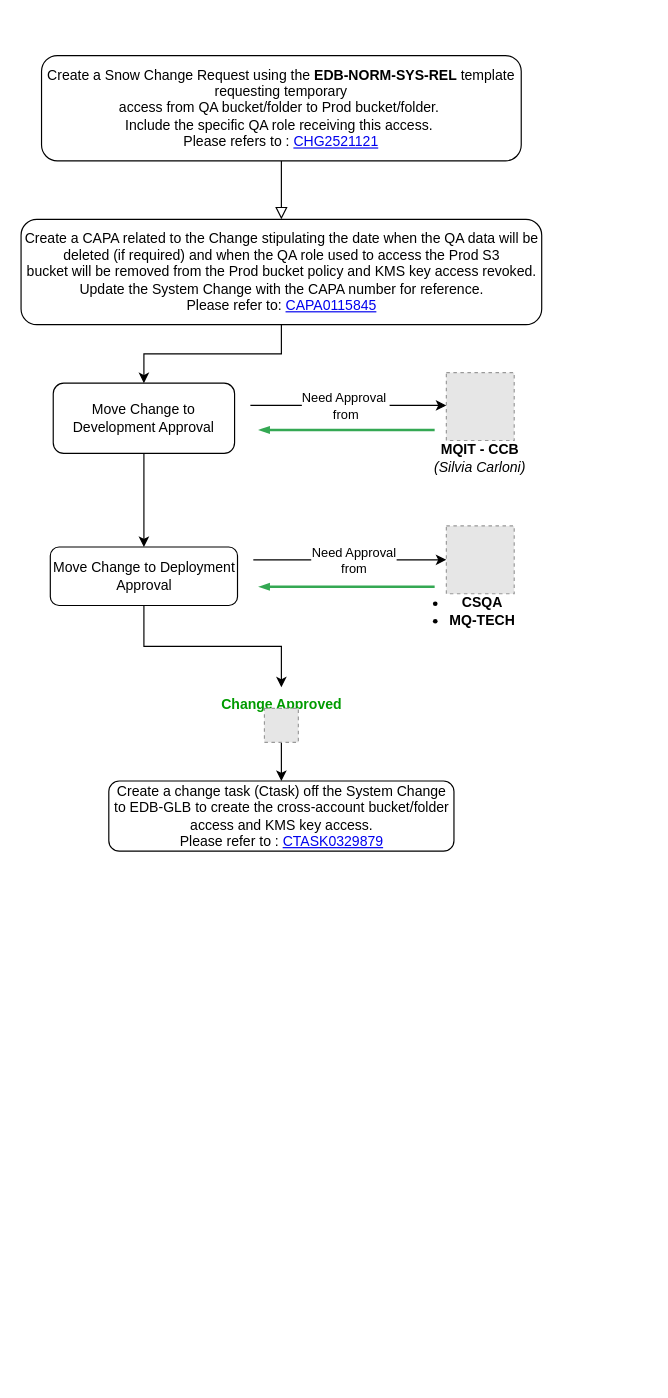
giovanniputrino-sdg/SDG keeps this draw.io diagram as Copy_data.drawio. Above is the earlier version. Source tidied: cells renumbered, new cells numbered last; positions are measured from the earlier drawing's top-left corner, leaving out a move shared by most shapes. Both pictures are drawn from the tidied source at 117%, with x=0, y=0 at pixel (20, 55). Pictures stored in the file or linked from it are replaced by grey dashed boxes.
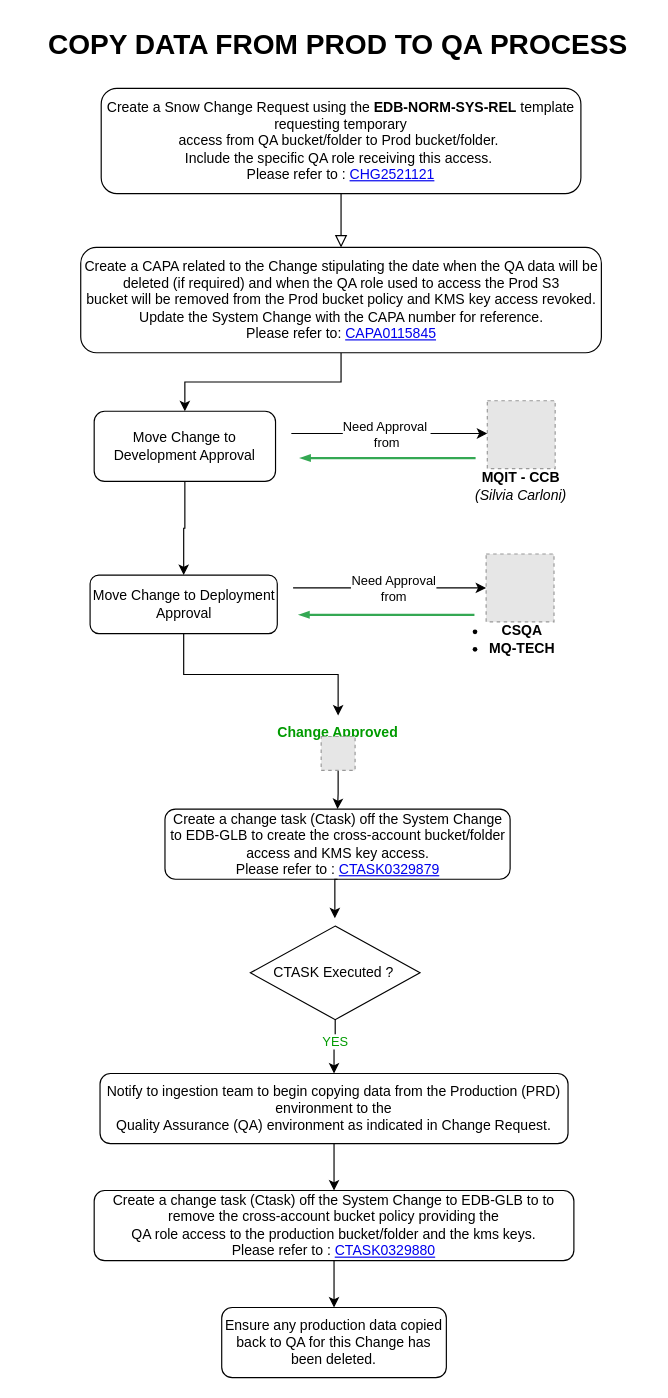
Above is the later version.

The edit, as a diff of the source:
```diff
@@
-    <mxCell id="3" value="&lt;div&gt;Create a Snow Change Request using the &lt;b&gt;EDB-NORM-SYS-REL&lt;/b&gt; template requesting temporary&lt;/div&gt;&lt;div&gt;access from QA bucket/folder to Prod bucket/folder.&amp;nbsp;&lt;/div&gt;&lt;div&gt;Include the specific QA role receiving this access.&amp;nbsp;&lt;/div&gt;&lt;div&gt;Please refers to :&amp;nbsp;&lt;a href=&quot;https://lilly.service-now.com/now/nav/ui/classic/params/target/change_request.do%3Fsys_id%3D6f9ca150475f1ed0a93e0bdbd36d4333%26sysparm_view%3D%26sysparm_domain%3Dnull%26sysparm_domain_scope%3Dnull&quot;&gt;CHG2521121&lt;/a&gt;&lt;/div&gt;" style="rounded=1;whiteSpace=wrap;html=1;fontSize=12;glass=0;strokeWidth=1;shadow=0;align=center;" parent="1" vertex="1">
-      <mxGeometry x="18" width="410" height="90" as="geometry" />
+    <mxCell id="3" value="&lt;div&gt;Create a Snow Change Request using the &lt;b&gt;EDB-NORM-SYS-REL&lt;/b&gt; template requesting temporary&lt;/div&gt;&lt;div&gt;access from QA bucket/folder to Prod bucket/folder.&amp;nbsp;&lt;/div&gt;&lt;div&gt;Include the specific QA role receiving this access.&amp;nbsp;&lt;/div&gt;&lt;div&gt;Please refer to :&amp;nbsp;&lt;a href=&quot;https://lilly.service-now.com/now/nav/ui/classic/params/target/change_request.do%3Fsys_id%3D6f9ca150475f1ed0a93e0bdbd36d4333%26sysparm_view%3D%26sysparm_domain%3Dnull%26sysparm_domain_scope%3Dnull&quot;&gt;CHG2521121&lt;/a&gt;&lt;/div&gt;" style="rounded=1;whiteSpace=wrap;html=1;fontSize=12;glass=0;strokeWidth=1;shadow=0;align=center;" parent="1" vertex="1">
+      <mxGeometry x="69" y="28" width="410" height="90" as="geometry" />
     </mxCell>
     <mxCell id="4" style="edgeStyle=orthogonalEdgeStyle;rounded=0;orthogonalLoop=1;jettySize=auto;html=1;exitX=1;exitY=0.5;exitDx=0;exitDy=0;entryX=0;entryY=0.5;entryDx=0;entryDy=0;" parent="1" edge="1">
       <mxGeometry relative="1" as="geometry">
-        <mxPoint x="199" y="431" as="sourcePoint" />
-        <mxPoint x="364" y="431" as="targetPoint" />
+        <mxPoint x="233" y="455" as="sourcePoint" />
+        <mxPoint x="398" y="455" as="targetPoint" />
       </mxGeometry>
     </mxCell>
@@
     <mxCell id="6" value="Move Change to Deployment Approval" style="rounded=1;whiteSpace=wrap;html=1;fontSize=12;glass=0;strokeWidth=1;shadow=0;" parent="1" vertex="1">
-      <mxGeometry x="25.5" y="420" width="160" height="50" as="geometry" />
+      <mxGeometry x="59.5" y="444" width="160" height="50" as="geometry" />
     </mxCell>
     <mxCell id="7" style="edgeStyle=orthogonalEdgeStyle;rounded=0;orthogonalLoop=1;jettySize=auto;html=1;exitX=1;exitY=0.5;exitDx=0;exitDy=0;entryX=0;entryY=0.5;entryDx=0;entryDy=0;" parent="1" edge="1">
       <mxGeometry relative="1" as="geometry">
-        <mxPoint x="196.5" y="299" as="sourcePoint" />
-        <mxPoint x="364" y="299" as="targetPoint" />
+        <mxPoint x="231.5" y="323" as="sourcePoint" />
+        <mxPoint x="399" y="323" as="targetPoint" />
       </mxGeometry>
     </mxCell>
@@
     <mxCell id="10" value="Move Change to Development Approval" style="rounded=1;whiteSpace=wrap;html=1;fontSize=12;glass=0;strokeWidth=1;shadow=0;" parent="1" vertex="1">
-      <mxGeometry x="28" y="280" width="155" height="60" as="geometry" />
+      <mxGeometry x="63" y="304" width="155" height="60" as="geometry" />
     </mxCell>
@@
     <mxCell id="12" value="&lt;div&gt;Create a CAPA related to the Change stipulating the date when the QA data will be deleted (if required) and when the QA role used to access the Prod S3&lt;/div&gt;&lt;div&gt;bucket will be removed from the Prod bucket policy and KMS key access revoked. Update the System Change with the CAPA number for reference.&lt;br&gt;Please refer to:&amp;nbsp;&lt;a href=&quot;https://lilly.service-now.com/now/nav/ui/classic/params/target/u_grc_capa.do%3Fsys_id%3D9b136d1c1b579a1442170f65624bcb7d&quot;&gt;CAPA0115845&lt;/a&gt;&lt;/div&gt;" style="rounded=1;whiteSpace=wrap;html=1;" parent="1" vertex="1">
-      <mxGeometry x="0.5" y="140" width="445" height="90" as="geometry" />
+      <mxGeometry x="51.5" y="164" width="445" height="90" as="geometry" />
     </mxCell>
     <mxCell id="13" style="fillColor=#E6E6E6;strokeColor=#999999;dashed=1;html=1;verticalAlign=top;verticalLabelPosition=bottom;labelBackgroundColor=#ffffff;" parent="1" vertex="1">
-      <mxGeometry x="364" y="271" width="58" height="58" as="geometry" />
+      <mxGeometry x="399" y="295" width="58" height="58" as="geometry" />
     </mxCell>
     <mxCell id="14" value="&lt;b&gt;MQIT - CCB&lt;/b&gt;&lt;div&gt;&lt;i&gt;(Silvia Carloni)&lt;/i&gt;&lt;/div&gt;" style="text;html=1;align=center;verticalAlign=middle;whiteSpace=wrap;rounded=0;" parent="1" vertex="1">
-      <mxGeometry x="332" y="329" width="122" height="30" as="geometry" />
+      <mxGeometry x="367" y="353" width="122" height="30" as="geometry" />
     </mxCell>
     <mxCell id="15" style="fillColor=#E6E6E6;strokeColor=#999999;dashed=1;html=1;verticalAlign=top;verticalLabelPosition=bottom;labelBackgroundColor=#ffffff;" parent="1" vertex="1">
-      <mxGeometry x="364" y="402" width="58" height="58" as="geometry" />
+      <mxGeometry x="398" y="426" width="58" height="58" as="geometry" />
     </mxCell>
     <mxCell id="16" value="&lt;ul&gt;&lt;li&gt;&lt;b style=&quot;background-color: transparent; color: light-dark(rgb(0, 0, 0), rgb(255, 255, 255));&quot;&gt;CSQA&lt;/b&gt;&lt;/li&gt;&lt;li&gt;&lt;b style=&quot;background-color: transparent; color: light-dark(rgb(0, 0, 0), rgb(255, 255, 255));&quot;&gt;MQ-TECH&lt;/b&gt;&lt;/li&gt;&lt;/ul&gt;" style="text;html=1;align=center;verticalAlign=middle;whiteSpace=wrap;rounded=0;" parent="1" vertex="1">
-      <mxGeometry x="314" y="460" width="122" height="30" as="geometry" />
+      <mxGeometry x="348" y="484" width="122" height="30" as="geometry" />
     </mxCell>
     <mxCell id="17" style="edgeStyle=orthogonalEdgeStyle;fontSize=12;html=1;endArrow=blockThin;endFill=1;rounded=0;strokeWidth=2;endSize=4;startSize=4;strokeColor=#34A853;dashed=0;" parent="1" edge="1">
       <mxGeometry relative="1" as="geometry">
-        <mxPoint x="354" y="320" as="sourcePoint" />
-        <mxPoint x="204" y="320" as="targetPoint" />
+        <mxPoint x="389" y="344" as="sourcePoint" />
+        <mxPoint x="239" y="344" as="targetPoint" />
       </mxGeometry>
     </mxCell>
     <mxCell id="18" style="edgeStyle=orthogonalEdgeStyle;fontSize=12;html=1;endArrow=blockThin;endFill=1;rounded=0;strokeWidth=2;endSize=4;startSize=4;strokeColor=#34A853;dashed=0;" parent="1" edge="1">
       <mxGeometry relative="1" as="geometry">
-        <mxPoint x="354" y="454" as="sourcePoint" />
-        <mxPoint x="204" y="454" as="targetPoint" />
+        <mxPoint x="388" y="478" as="sourcePoint" />
+        <mxPoint x="238" y="478" as="targetPoint" />
       </mxGeometry>
     </mxCell>
@@
     <mxCell id="20" value="&lt;b&gt;&lt;font style=&quot;color: rgb(0, 155, 0);&quot;&gt;Change Approved&lt;/font&gt;&lt;/b&gt;" style="text;html=1;align=center;verticalAlign=middle;whiteSpace=wrap;rounded=0;" parent="1" vertex="1">
-      <mxGeometry x="165.5" y="540" width="115" height="30" as="geometry" />
+      <mxGeometry x="214" y="564" width="115" height="30" as="geometry" />
     </mxCell>
@@
     <mxCell id="22" style="fillColor=#E6E6E6;strokeColor=#999999;dashed=1;html=1;verticalAlign=top;verticalLabelPosition=bottom;labelBackgroundColor=#ffffff;" parent="1" vertex="1">
-      <mxGeometry x="208.5" y="558" width="29" height="29" as="geometry" />
+      <mxGeometry x="257" y="582" width="29" height="29" as="geometry" />
     </mxCell>
     <mxCell id="23" value="Create a change task (Ctask) off the System Change to EDB-GLB to create the cross-account bucket/folder access and KMS key access.&lt;div&gt;Please refer to :&amp;nbsp;&lt;a href=&quot;https://lilly.service-now.com/now/nav/ui/classic/params/target/change_task.do%3Fsys_id%3D76760c7897e796983584f331f053afe2%26sysparm_record_target%3Dchange_task%26sysparm_record_row%3D1%26sysparm_record_rows%3D2%26sysparm_record_list%3Dchange_request%253D6f9ca150475f1ed0a93e0bdbd36d4333%255EORDERBYnumber&quot;&gt;CTASK0329879&lt;/a&gt;&lt;/div&gt;" style="rounded=1;whiteSpace=wrap;html=1;" parent="1" vertex="1">
-      <mxGeometry x="75.5" y="620" width="295" height="60" as="geometry" />
+      <mxGeometry x="123.5" y="644" width="295" height="60" as="geometry" />
     </mxCell>
+    <mxCell id="24" style="edgeStyle=orthogonalEdgeStyle;rounded=0;jettySize=auto;html=1;exitX=0.5;exitY=1;exitDx=0;exitDy=0;entryX=0.5;entryY=0;entryDx=0;entryDy=0;" parent="1" edge="1" source="26" target="29">
+      <mxGeometry relative="1" as="geometry" />
+    </mxCell>
+    <mxCell id="25" value="&lt;font style=&quot;color: rgb(0, 155, 0);&quot;&gt;YES&lt;/font&gt;" style="edgeLabel;html=1;align=center;verticalAlign=middle;" parent="24" vertex="1">
+      <mxGeometry x="-0.55" y="5" relative="1" as="geometry">
+        <mxPoint x="-6" y="7" as="offset" />
+      </mxGeometry>
+    </mxCell>
+    <mxCell id="26" value="CTASK Executed ?&amp;nbsp;" style="rhombus;whiteSpace=wrap;html=1;" parent="1" vertex="1">
+      <mxGeometry x="196.5" y="744" width="145" height="80" as="geometry" />
+    </mxCell>
+    <mxCell id="27" style="edgeStyle=orthogonalEdgeStyle;rounded=0;jettySize=auto;html=1;exitX=0.5;exitY=1;exitDx=0;exitDy=0;entryX=0.498;entryY=-0.083;entryDx=0;entryDy=0;entryPerimeter=0;" parent="1" edge="1" source="23" target="26">
+      <mxGeometry relative="1" as="geometry" />
+    </mxCell>
+    <mxCell id="28" style="edgeStyle=orthogonalEdgeStyle;rounded=0;jettySize=auto;html=1;exitX=0.5;exitY=1;exitDx=0;exitDy=0;entryX=0.5;entryY=0;entryDx=0;entryDy=0;" parent="1" edge="1" source="29" target="31">
+      <mxGeometry relative="1" as="geometry" />
+    </mxCell>
+    <mxCell id="29" value="&lt;div&gt;Notify to ingestion team to begin copying data from the Production (PRD) environment to the&lt;/div&gt;&lt;div&gt;Quality Assurance (QA) environment as indicated in Change Request.&lt;/div&gt;" style="rounded=1;whiteSpace=wrap;html=1;" parent="1" vertex="1">
+      <mxGeometry x="68" y="870" width="400" height="60" as="geometry" />
+    </mxCell>
+    <mxCell id="30" style="edgeStyle=orthogonalEdgeStyle;rounded=0;jettySize=auto;html=1;exitX=0.5;exitY=1;exitDx=0;exitDy=0;entryX=0.5;entryY=0;entryDx=0;entryDy=0;" parent="1" edge="1" source="31" target="32">
+      <mxGeometry relative="1" as="geometry" />
+    </mxCell>
+    <mxCell id="31" value="Create a change task (Ctask) off the System Change to EDB-GLB to&amp;nbsp;&lt;span style=&quot;background-color: transparent;&quot;&gt;to remove the cross-account bucket policy providing the&lt;br&gt;&lt;/span&gt;&lt;span style=&quot;background-color: transparent;&quot;&gt;QA role access to the production bucket/folder and the kms keys.&lt;/span&gt;&lt;div&gt;Please refer to :&amp;nbsp;&lt;a href=&quot;https://lilly.service-now.com/now/nav/ui/classic/params/target/change_task.do%3Fsys_id%3D03e7cc7c97e796983584f331f053af97%26sysparm_record_target%3Dchange_task%26sysparm_record_row%3D2%26sysparm_record_rows%3D2%26sysparm_record_list%3Dchange_request%253D6f9ca150475f1ed0a93e0bdbd36d4333%255EORDERBYnumber&quot;&gt;CTASK0329880&lt;/a&gt;&lt;/div&gt;" style="rounded=1;whiteSpace=wrap;html=1;" parent="1" vertex="1">
+      <mxGeometry x="63" y="970" width="410" height="60" as="geometry" />
+    </mxCell>
+    <mxCell id="32" value="Ensure any production data copied back to QA for this Change has been deleted." style="rounded=1;whiteSpace=wrap;html=1;" parent="1" vertex="1">
+      <mxGeometry x="172" y="1070" width="192" height="60" as="geometry" />
+    </mxCell>
+    <mxCell id="33" value="&lt;h1 style=&quot;margin-top: 0px;&quot;&gt;COPY DATA FROM PROD TO QA PROCESS&lt;/h1&gt;" style="text;html=1;whiteSpace=wrap;overflow=hidden;rounded=0;align=center;" parent="1" vertex="1">
+      <mxGeometry x="6" y="-30" width="531" height="40" as="geometry" />
+    </mxCell>
```
